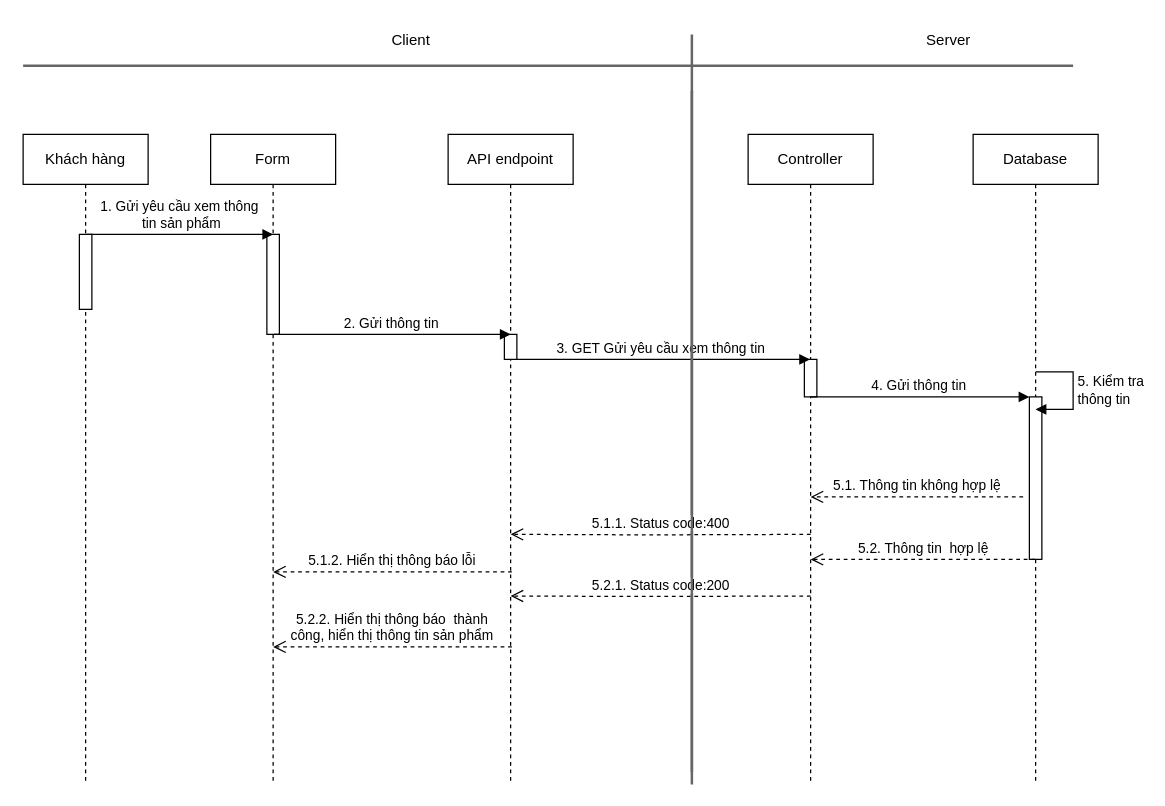
Earlier version of the draw.io diagram page "Page-3" (3 of 5) of SD/SD_QUANLYSANPHAM.drawio (hieuNV0871/da). Source tidied: cells renumbered, new cells numbered last; positions are measured from the earlier drawing's top-left corner, leaving out a move shared by most shapes. Both pictures are drawn from the tidied source at 125%, with x=0, y=0 at pixel (22, 21).
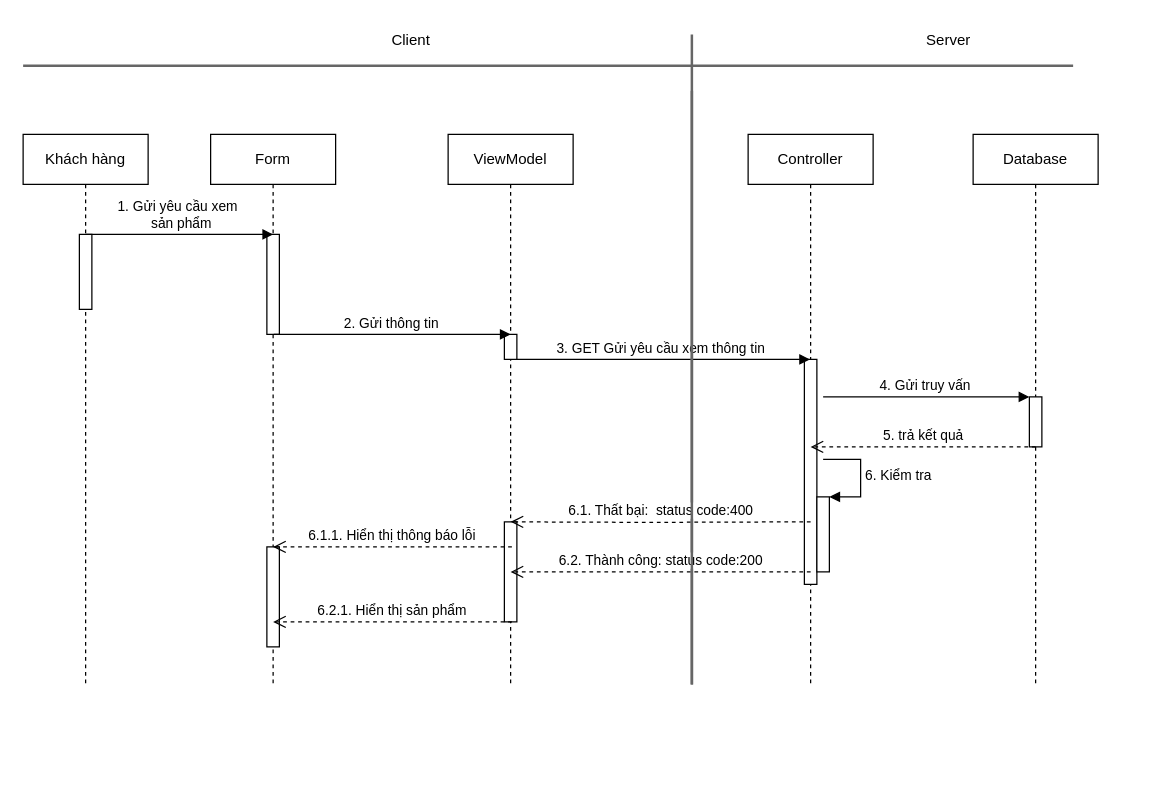
After the change.

The edit, as a diff of the source:
```diff
@@
     <mxCell id="2" value="Khách hàng" style="shape=umlLifeline;perimeter=lifelinePerimeter;whiteSpace=wrap;html=1;newEdgeStyle={&quot;curved&quot;:0,&quot;rounded&quot;:0};" parent="1" vertex="1">
-      <mxGeometry y="90" width="100" height="520" as="geometry" />
+      <mxGeometry y="90" width="100" height="440" as="geometry" />
     </mxCell>
@@
     <mxCell id="4" value="Form" style="shape=umlLifeline;perimeter=lifelinePerimeter;whiteSpace=wrap;html=1;newEdgeStyle={&quot;curved&quot;:0,&quot;rounded&quot;:0};" parent="1" vertex="1">
-      <mxGeometry x="150" y="90" width="100" height="520" as="geometry" />
+      <mxGeometry x="150" y="90" width="100" height="440" as="geometry" />
     </mxCell>
@@
+    <mxCell id="28" style="html=1;perimeter=orthogonalPerimeter;targetShapes=umlLifeline;newEdgeStyle={&quot;curved&quot;:0,&quot;rounded&quot;:0};" parent="4" vertex="1">
+      <mxGeometry x="45" y="330" width="10" height="80" as="geometry" />
+    </mxCell>
     <mxCell id="6" value="Controller" style="shape=umlLifeline;perimeter=lifelinePerimeter;whiteSpace=wrap;html=1;outlineConnect=0;portConstraint=eastwest;newEdgeStyle={&quot;curved&quot;:0,&quot;rounded&quot;:0};" parent="1" vertex="1">
-      <mxGeometry x="580" y="90" width="100" height="520" as="geometry" />
+      <mxGeometry x="580" y="90" width="100" height="440" as="geometry" />
     </mxCell>
     <mxCell id="7" style="html=1;points=[[0,0,0,0,5],[0,1,0,0,-5],[1,0,0,0,5],[1,1,0,0,-5]];perimeter=orthogonalPerimeter;outlineConnect=0;targetShapes=umlLifeline;portConstraint=eastwest;newEdgeStyle={&quot;curved&quot;:0,&quot;rounded&quot;:0};" parent="6" vertex="1">
-      <mxGeometry x="45" y="180" width="10" height="30" as="geometry" />
+      <mxGeometry x="45" y="180" width="10" height="180" as="geometry" />
     </mxCell>
+    <mxCell id="29" style="html=1;points=[[0,0,0,0,5],[0,1,0,0,-5],[1,0,0,0,5],[1,1,0,0,-5]];perimeter=orthogonalPerimeter;outlineConnect=0;targetShapes=umlLifeline;portConstraint=eastwest;newEdgeStyle={&quot;curved&quot;:0,&quot;rounded&quot;:0};" parent="6" vertex="1">
+      <mxGeometry x="55" y="290" width="10" height="60" as="geometry" />
+    </mxCell>
+    <mxCell id="30" value="6. Kiểm tra" style="html=1;align=left;spacingLeft=2;endArrow=block;rounded=0;edgeStyle=orthogonalEdgeStyle;curved=0;rounded=0;" parent="6" edge="1" target="29">
+      <mxGeometry relative="1" as="geometry">
+        <mxPoint x="60" y="260" as="sourcePoint" />
+        <Array as="points">
+          <mxPoint x="90" y="290" />
+        </Array>
+      </mxGeometry>
+    </mxCell>
-    <mxCell id="8" value="1. Gửi yêu cầu xem thông&lt;br&gt;&amp;nbsp;tin sản phẩm" style="html=1;verticalAlign=bottom;endArrow=block;curved=0;rounded=0;" parent="1" edge="1">
+    <mxCell id="8" value="1. Gửi yêu cầu xem&amp;nbsp;&lt;br&gt;&amp;nbsp;sản phẩm" style="html=1;verticalAlign=bottom;endArrow=block;curved=0;rounded=0;" parent="1" edge="1">
       <mxGeometry relative="1" as="geometry">
         <mxPoint x="50" y="170" as="sourcePoint" />
         <mxPoint x="200" y="170" as="targetPoint" />
       </mxGeometry>
     </mxCell>
@@
     <mxCell id="10" value="Database" style="shape=umlLifeline;perimeter=lifelinePerimeter;whiteSpace=wrap;html=1;outlineConnect=0;portConstraint=eastwest;newEdgeStyle={&quot;curved&quot;:0,&quot;rounded&quot;:0};" parent="1" vertex="1">
-      <mxGeometry x="760" y="90" width="100" height="520" as="geometry" />
+      <mxGeometry x="760" y="90" width="100" height="440" as="geometry" />
     </mxCell>
     <mxCell id="11" style="html=1;points=[[0,0,0,0,5],[0,1,0,0,-5],[1,0,0,0,5],[1,1,0,0,-5]];perimeter=orthogonalPerimeter;outlineConnect=0;targetShapes=umlLifeline;portConstraint=eastwest;newEdgeStyle={&quot;curved&quot;:0,&quot;rounded&quot;:0};" parent="10" vertex="1">
-      <mxGeometry x="45" y="210" width="10" height="130" as="geometry" />
+      <mxGeometry x="45" y="210" width="10" height="40" as="geometry" />
     </mxCell>
@@
     <mxCell id="15" style="line;strokeWidth=2;direction=south;html=1;fillColor=#f5f5f5;fontColor=#333333;strokeColor=#666666;" parent="1" vertex="1">
-      <mxGeometry x="530" y="10" width="10" height="600" as="geometry" />
+      <mxGeometry x="530" y="10" width="10" height="520" as="geometry" />
     </mxCell>
-    <mxCell id="16" value="API endpoint" style="shape=umlLifeline;perimeter=lifelinePerimeter;whiteSpace=wrap;html=1;newEdgeStyle={&quot;curved&quot;:0,&quot;rounded&quot;:0};" parent="1" vertex="1">
-      <mxGeometry x="340" y="90" width="100" height="520" as="geometry" />
+    <mxCell id="16" value="ViewModel" style="shape=umlLifeline;perimeter=lifelinePerimeter;whiteSpace=wrap;html=1;newEdgeStyle={&quot;curved&quot;:0,&quot;rounded&quot;:0};" parent="1" vertex="1">
+      <mxGeometry x="340" y="90" width="100" height="440" as="geometry" />
     </mxCell>
@@
+    <mxCell id="31" style="html=1;perimeter=orthogonalPerimeter;targetShapes=umlLifeline;newEdgeStyle={&quot;curved&quot;:0,&quot;rounded&quot;:0};" parent="16" vertex="1">
+      <mxGeometry x="45" y="310" width="10" height="80" as="geometry" />
+    </mxCell>
@@
-    <mxCell id="19" value="5. Kiểm tra&lt;br&gt;thông tin" style="html=1;align=left;spacingLeft=2;endArrow=block;rounded=0;edgeStyle=orthogonalEdgeStyle;curved=0;rounded=0;" parent="1" edge="1">
-      <mxGeometry relative="1" as="geometry">
-        <mxPoint x="810" y="280" as="sourcePoint" />
-        <mxPoint x="810" y="310" as="targetPoint" />
-        <Array as="points">
-          <mxPoint x="840" y="310" />
-        </Array>
-      </mxGeometry>
-    </mxCell>
-    <mxCell id="20" value="4. Gửi thông tin&amp;nbsp;" style="html=1;verticalAlign=bottom;endArrow=block;curved=0;rounded=0;" parent="1" edge="1" target="11">
+    <mxCell id="20" value="4. Gửi truy vấn&amp;nbsp;" style="html=1;verticalAlign=bottom;endArrow=block;curved=0;rounded=0;" parent="1" edge="1" target="11">
       <mxGeometry relative="1" as="geometry">
-        <mxPoint x="630" y="300" as="sourcePoint" />
+        <mxPoint x="640" y="300" as="sourcePoint" />
       </mxGeometry>
     </mxCell>
-    <mxCell id="21" value="5.1. Thông tin không hợp lệ" style="html=1;verticalAlign=bottom;endArrow=open;dashed=1;endSize=8;curved=0;rounded=0;" parent="1" edge="1">
-      <mxGeometry relative="1" as="geometry">
-        <mxPoint x="800" y="380" as="sourcePoint" />
-        <mxPoint x="630" y="380" as="targetPoint" />
-      </mxGeometry>
-    </mxCell>
-    <mxCell id="22" value="5.1.1. Status code:400" style="html=1;verticalAlign=bottom;endArrow=open;dashed=1;endSize=8;curved=0;rounded=0;" parent="1" edge="1">
+    <mxCell id="22" value="6.1. Thất bại:&amp;nbsp; status code:400" style="html=1;verticalAlign=bottom;endArrow=open;dashed=1;endSize=8;curved=0;rounded=0;exitX=0.5;exitY=0.722;exitDx=0;exitDy=0;exitPerimeter=0;" parent="1" edge="1" source="7">
       <mxGeometry relative="1" as="geometry">
-        <mxPoint x="630" y="410" as="sourcePoint" />
-        <mxPoint x="390" y="410" as="targetPoint" />
+        <mxPoint x="390" y="400" as="targetPoint" />
         <Array as="points">
-          <mxPoint x="500.5" y="410.4" />
+          <mxPoint x="500.5" y="400.4" />
         </Array>
       </mxGeometry>
     </mxCell>
-    <mxCell id="23" value="5.2. Thông tin&amp;nbsp; hợp lệ" style="html=1;verticalAlign=bottom;endArrow=open;dashed=1;endSize=8;curved=0;rounded=0;" parent="1" edge="1" source="10">
-      <mxGeometry relative="1" as="geometry">
-        <mxPoint x="630" y="430" as="targetPoint" />
-      </mxGeometry>
-    </mxCell>
-    <mxCell id="24" value="5.2.1. Status code:200" style="html=1;verticalAlign=bottom;endArrow=open;dashed=1;endSize=8;curved=0;rounded=0;" parent="1" edge="1">
+    <mxCell id="24" value="6.2. Thành công: status code:200" style="html=1;verticalAlign=bottom;endArrow=open;dashed=1;endSize=8;curved=0;rounded=0;" parent="1" edge="1">
       <mxGeometry relative="1" as="geometry">
-        <mxPoint x="630" y="459.3" as="sourcePoint" />
-        <mxPoint x="390" y="459.3" as="targetPoint" />
-        <Array as="points">
-          <mxPoint x="500.5" y="459.7" />
-        </Array>
+        <mxPoint x="630" y="440" as="sourcePoint" />
+        <mxPoint x="390" y="440" as="targetPoint" />
       </mxGeometry>
     </mxCell>
     <mxCell id="25" style="line;strokeWidth=2;direction=south;html=1;fillColor=#f5f5f5;fontColor=#333333;strokeColor=#666666;" parent="1" vertex="1">
-      <mxGeometry x="530" y="55" width="10" height="545" as="geometry" />
+      <mxGeometry x="530" y="55" width="10" height="475" as="geometry" />
     </mxCell>
-    <mxCell id="26" value="5.1.2. Hiển thị thông báo lỗi" style="html=1;verticalAlign=bottom;endArrow=open;dashed=1;endSize=8;curved=0;rounded=0;" parent="1" edge="1">
+    <mxCell id="26" value="6.1.1. Hiển thị thông báo lỗi" style="html=1;verticalAlign=bottom;endArrow=open;dashed=1;endSize=8;curved=0;rounded=0;" parent="1" edge="1">
       <mxGeometry relative="1" as="geometry">
-        <mxPoint x="391" y="440" as="sourcePoint" />
-        <mxPoint x="200" y="440" as="targetPoint" />
+        <mxPoint x="391" y="420" as="sourcePoint" />
+        <mxPoint x="200" y="420" as="targetPoint" />
       </mxGeometry>
     </mxCell>
-    <mxCell id="27" value="5.2.2. Hiển thị thông báo&amp;nbsp; thành&lt;br&gt;công, hiển thị thông tin sản phẩm" style="html=1;verticalAlign=bottom;endArrow=open;dashed=1;endSize=8;curved=0;rounded=0;" parent="1" edge="1">
+    <mxCell id="27" value="6.2.1. Hiển thị sản phẩm" style="html=1;verticalAlign=bottom;endArrow=open;dashed=1;endSize=8;curved=0;rounded=0;" parent="1" edge="1">
       <mxGeometry relative="1" as="geometry">
-        <mxPoint x="391" y="500" as="sourcePoint" />
-        <mxPoint x="200" y="500" as="targetPoint" />
+        <mxPoint x="391" y="480" as="sourcePoint" />
+        <mxPoint x="200" y="480" as="targetPoint" />
       </mxGeometry>
     </mxCell>
+    <mxCell id="32" value="5. trả kết quả" style="html=1;verticalAlign=bottom;endArrow=open;dashed=1;endSize=8;curved=0;rounded=0;" parent="1" edge="1">
+      <mxGeometry relative="1" as="geometry">
+        <mxPoint x="810" y="340" as="sourcePoint" />
+        <mxPoint x="630" y="340" as="targetPoint" />
+      </mxGeometry>
+    </mxCell>
```
